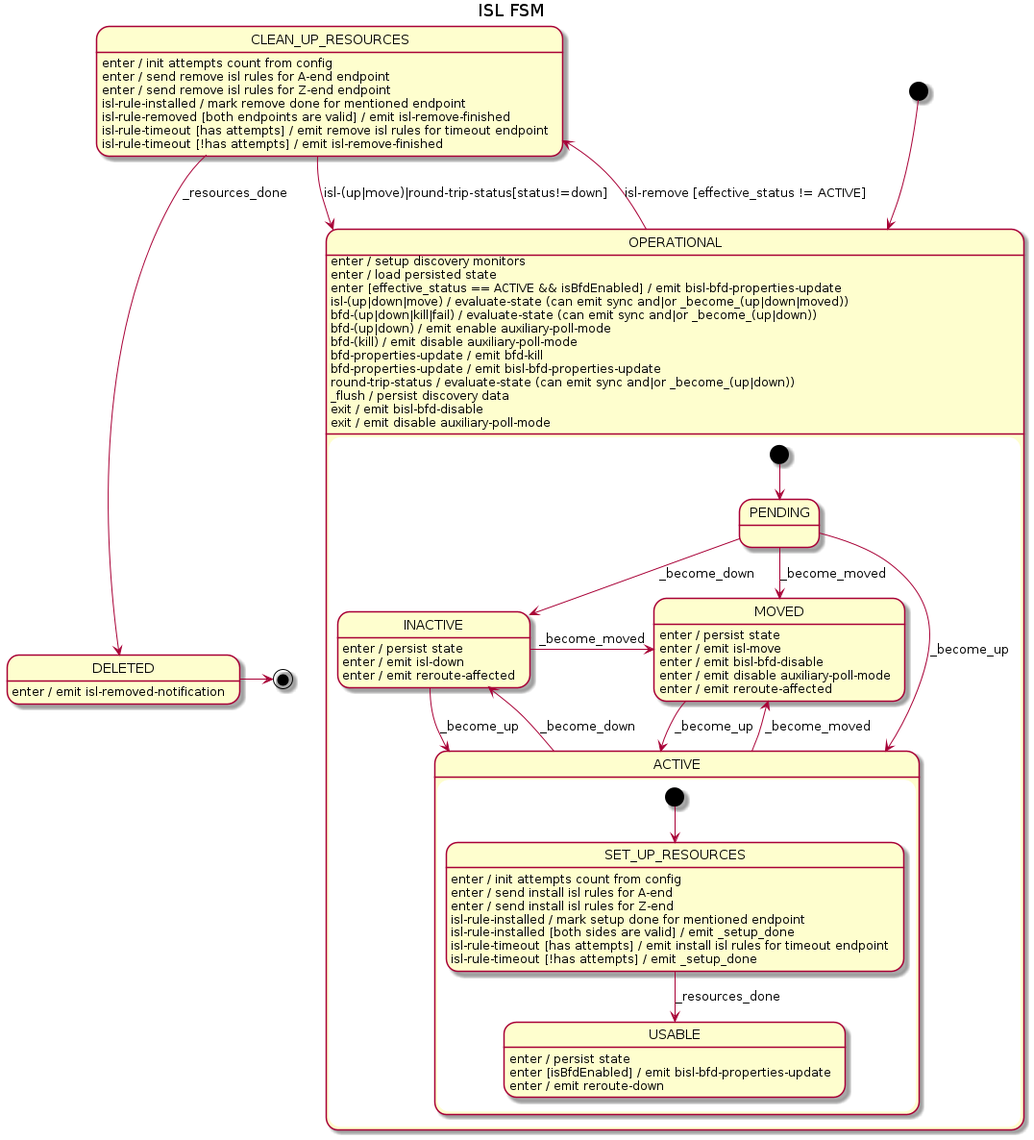
Above: docs/design/network-discovery/ISL-FSM.png in telstra/open-kilda (PlantUML), before the change. Its source is kept beside it as docs/design/network-discovery/ISL-FSM.puml. Source of this version:
```plantuml
@startuml
title ISL FSM

[*] --> OPERATIONAL

state OPERATIONAL {
    [*] --> PENDING

    PENDING --> ACTIVE : _become_up
    PENDING --> INACTIVE : _become_down
    PENDING --> MOVED : _become_moved

    state ACTIVE {
        [*] --> SET_UP_RESOURCES

        SET_UP_RESOURCES --> USABLE : _resources_done
        SET_UP_RESOURCES : enter / init attempts count from config
        SET_UP_RESOURCES : enter / send install isl rules for A-end
        SET_UP_RESOURCES : enter / send install isl rules for Z-end
        SET_UP_RESOURCES : isl-rule-installed / mark setup done for mentioned endpoint
        SET_UP_RESOURCES : isl-rule-installed [both sides are valid] / emit _setup_done
        SET_UP_RESOURCES : isl-rule-timeout [has attempts] / emit install isl rules for timeout endpoint
        SET_UP_RESOURCES : isl-rule-timeout [!has attempts] / emit _setup_done

        USABLE : enter / persist state
        USABLE : enter [isBfdEnabled] / emit bisl-bfd-properties-update
        USABLE : enter / emit reroute-down
    }
    ACTIVE --> INACTIVE : _become_down
    ACTIVE --> MOVED : _become_moved

    INACTIVE --> ACTIVE : _become_up
    INACTIVE -r-> MOVED : _become_moved
    INACTIVE : enter / persist state
    INACTIVE : enter / emit isl-down
    INACTIVE : enter / emit reroute-affected

    MOVED --> ACTIVE : _become_up
    MOVED : enter / persist state
    MOVED : enter / emit isl-move
    MOVED : enter / emit bisl-bfd-disable
    MOVED : enter / emit disable auxiliary-poll-mode
    MOVED : enter / emit reroute-affected
}
OPERATIONAL --> CLEAN_UP_RESOURCES : isl-remove [effective_status != ACTIVE]
OPERATIONAL : enter / setup discovery monitors
OPERATIONAL : enter / load persisted state
OPERATIONAL : enter [effective_status == ACTIVE && isBfdEnabled] / emit bisl-bfd-properties-update
OPERATIONAL : isl-(up|down|move) / evaluate-state (can emit sync and|or _become_(up|down|moved))
OPERATIONAL : bfd-(up|down|kill|fail) / evaluate-state (can emit sync and|or _become_(up|down))
OPERATIONAL : bfd-(up|down) / emit enable auxiliary-poll-mode
OPERATIONAL : bfd-(kill) / emit disable auxiliary-poll-mode
OPERATIONAL : bfd-properties-update / emit bfd-kill
OPERATIONAL : bfd-properties-update / emit bisl-bfd-properties-update
OPERATIONAL : round-trip-status / evaluate-state (can emit sync and|or _become_(up|down))
OPERATIONAL : _flush / persist discovery data
OPERATIONAL : exit / emit bisl-bfd-disable
OPERATIONAL : exit / emit disable auxiliary-poll-mode

CLEAN_UP_RESOURCES : enter / init attempts count from config
CLEAN_UP_RESOURCES : enter / send remove isl rules for A-end endpoint
CLEAN_UP_RESOURCES : enter / send remove isl rules for Z-end endpoint
CLEAN_UP_RESOURCES : isl-rule-installed / mark remove done for mentioned endpoint
CLEAN_UP_RESOURCES : isl-rule-removed [both endpoints are valid] / emit isl-remove-finished
CLEAN_UP_RESOURCES : isl-rule-timeout [has attempts] / emit remove isl rules for timeout endpoint
CLEAN_UP_RESOURCES : isl-rule-timeout [!has attempts] / emit isl-remove-finished
CLEAN_UP_RESOURCES --> DELETED : _resources_done
CLEAN_UP_RESOURCES --> OPERATIONAL : isl-(up|move)|round-trip-status[status!=down]

DELETED -> [*]
DELETED : enter / emit isl-removed-notification
@enduml
```
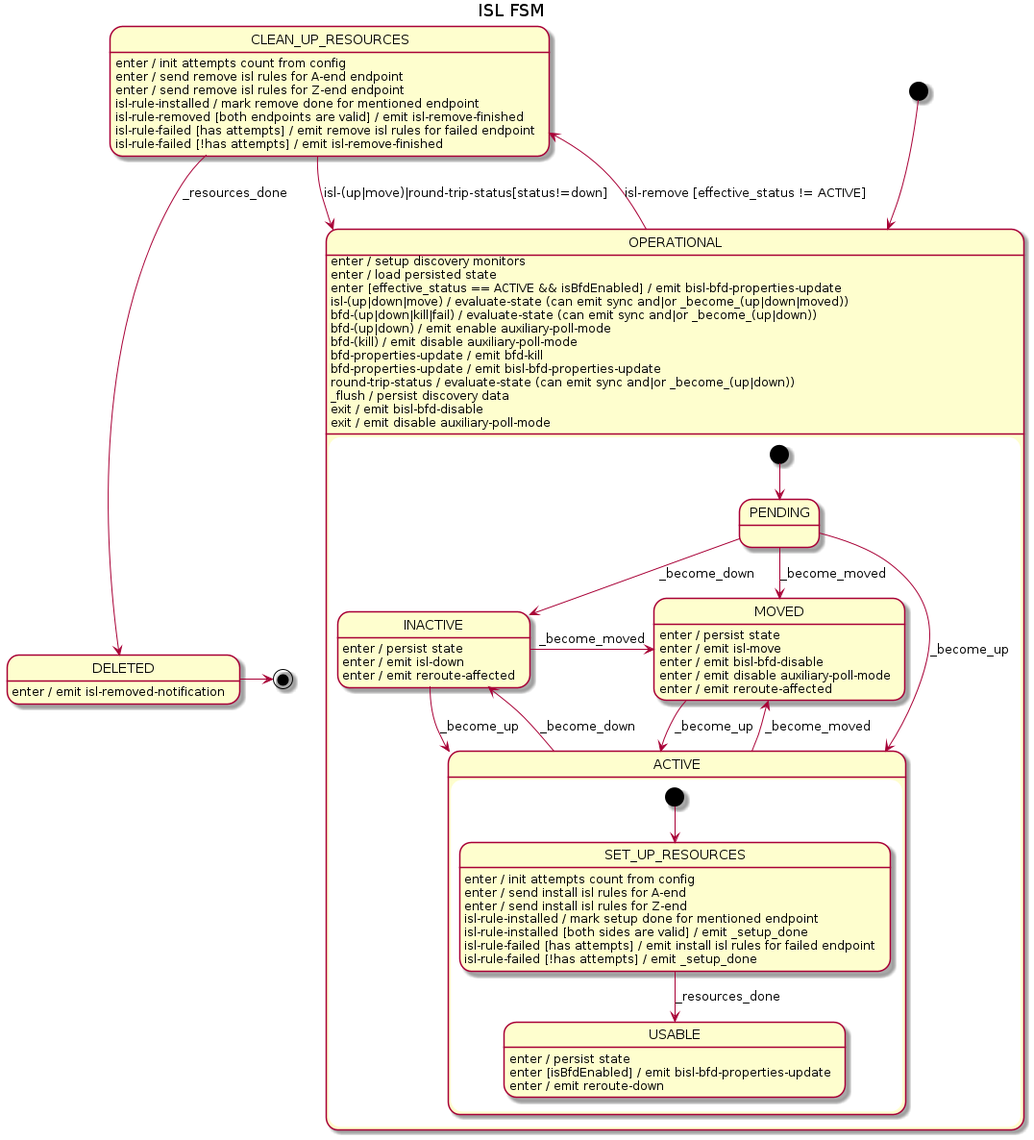
Later version of the same file.

The edit, as a diff of the source:
```diff
@@ -19,8 +19,8 @@
         SET_UP_RESOURCES : enter / send install isl rules for Z-end
         SET_UP_RESOURCES : isl-rule-installed / mark setup done for mentioned endpoint
         SET_UP_RESOURCES : isl-rule-installed [both sides are valid] / emit _setup_done
-        SET_UP_RESOURCES : isl-rule-timeout [has attempts] / emit install isl rules for timeout endpoint
-        SET_UP_RESOURCES : isl-rule-timeout [!has attempts] / emit _setup_done
+        SET_UP_RESOURCES : isl-rule-failed [has attempts] / emit install isl rules for failed endpoint
+        SET_UP_RESOURCES : isl-rule-failed [!has attempts] / emit _setup_done
 
         USABLE : enter / persist state
         USABLE : enter [isBfdEnabled] / emit bisl-bfd-properties-update
@@ -62,8 +62,8 @@
 CLEAN_UP_RESOURCES : enter / send remove isl rules for Z-end endpoint
 CLEAN_UP_RESOURCES : isl-rule-installed / mark remove done for mentioned endpoint
 CLEAN_UP_RESOURCES : isl-rule-removed [both endpoints are valid] / emit isl-remove-finished
-CLEAN_UP_RESOURCES : isl-rule-timeout [has attempts] / emit remove isl rules for timeout endpoint
-CLEAN_UP_RESOURCES : isl-rule-timeout [!has attempts] / emit isl-remove-finished
+CLEAN_UP_RESOURCES : isl-rule-failed [has attempts] / emit remove isl rules for failed endpoint
+CLEAN_UP_RESOURCES : isl-rule-failed [!has attempts] / emit isl-remove-finished
 CLEAN_UP_RESOURCES --> DELETED : _resources_done
 CLEAN_UP_RESOURCES --> OPERATIONAL : isl-(up|move)|round-trip-status[status!=down]
 
```
